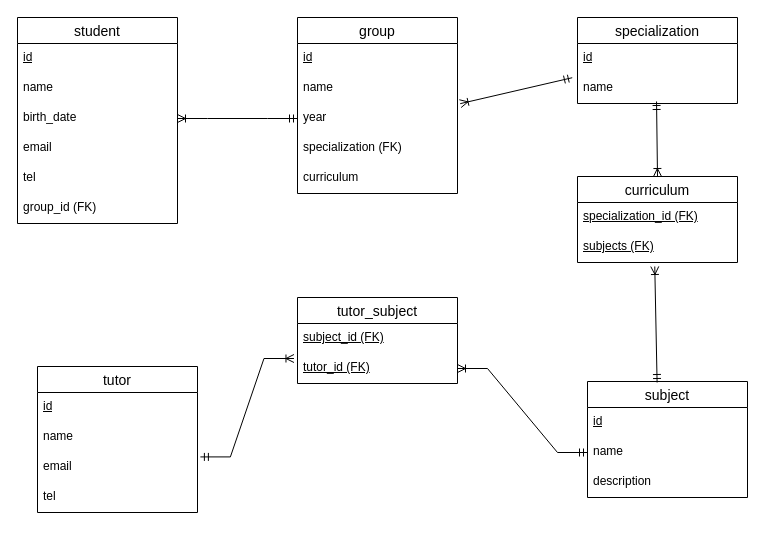
The draw.io diagram student.drawio.xml in pan7ae/noSQL, before the edit. Source tidied: cells renumbered, new cells numbered last; positions are measured from the earlier drawing's top-left corner, leaving out a move shared by most shapes. Both pictures are drawn from the tidied source at 100%, with x=0, y=0 at pixel (17, 17).
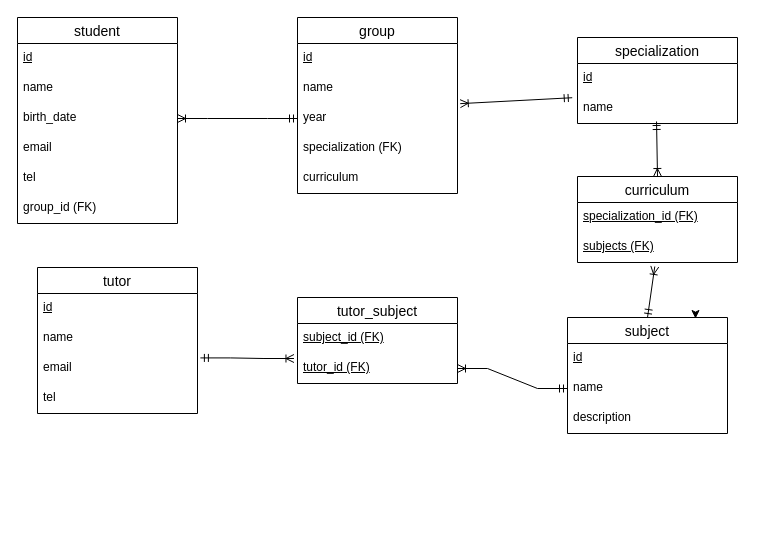
The same page after the edit.

Unchanged cells that the change refers to:
```xml
<mxCell id="17" value="subjects (FK)" style="text;strokeColor=none;fillColor=none;spacingLeft=4;spacingRight=4;overflow=hidden;points=[[0,0.5],[1,0.5]];portConstraint=eastwest;fontSize=12;whiteSpace=wrap;html=1;fontStyle=4;" parent="15" vertex="1">
  <mxGeometry y="56" width="160" height="30" as="geometry" />
</mxCell>
```

Change to the diagram source:
```diff
@@
     <mxCell id="18" value="specialization" style="swimlane;fontStyle=0;horizontal=1;startSize=26;align=center;fontSize=14;" parent="1" vertex="1">
-      <mxGeometry x="560" width="160" height="86" as="geometry" />
+      <mxGeometry x="560" y="20" width="160" height="86" as="geometry" />
     </mxCell>
@@
     <mxCell id="21" value="subject" style="swimlane;fontStyle=0;horizontal=1;startSize=26;align=center;fontSize=14;" parent="1" vertex="1">
-      <mxGeometry x="570" y="364" width="160" height="116" as="geometry" />
+      <mxGeometry x="550" y="300" width="160" height="116" as="geometry" />
     </mxCell>
@@
     <mxCell id="25" value="tutor" style="swimlane;fontStyle=0;horizontal=1;startSize=26;align=center;fontSize=14;" parent="1" vertex="1">
-      <mxGeometry x="20" y="349" width="160" height="146" as="geometry" />
+      <mxGeometry x="20" y="250" width="160" height="146" as="geometry" />
     </mxCell>
@@
-    <mxCell id="31" style="fontSize=12;html=1;endArrow=ERoneToMany;startArrow=ERmandOne;rounded=0;entryX=0.483;entryY=1.133;entryDx=0;entryDy=0;entryPerimeter=0;" parent="1" edge="1" target="17">
-      <mxGeometry relative="1" as="geometry">
-        <mxPoint x="639.6" y="365" as="sourcePoint" />
-      </mxGeometry>
+    <mxCell id="31" style="fontSize=12;html=1;endArrow=ERoneToMany;startArrow=ERmandOne;rounded=0;entryX=0.483;entryY=1.133;entryDx=0;entryDy=0;entryPerimeter=0;exitX=0.5;exitY=0;exitDx=0;exitDy=0;" parent="1" edge="1" source="21" target="17">
+      <mxGeometry relative="1" as="geometry" />
     </mxCell>
@@
+    <mxCell id="39" style="edgeStyle=orthogonalEdgeStyle;rounded=0;orthogonalLoop=1;jettySize=auto;html=1;exitX=0.75;exitY=0;exitDx=0;exitDy=0;entryX=0.8;entryY=0.009;entryDx=0;entryDy=0;entryPerimeter=0;" parent="1" edge="1" source="21" target="21">
+      <mxGeometry relative="1" as="geometry" />
+    </mxCell>
```
